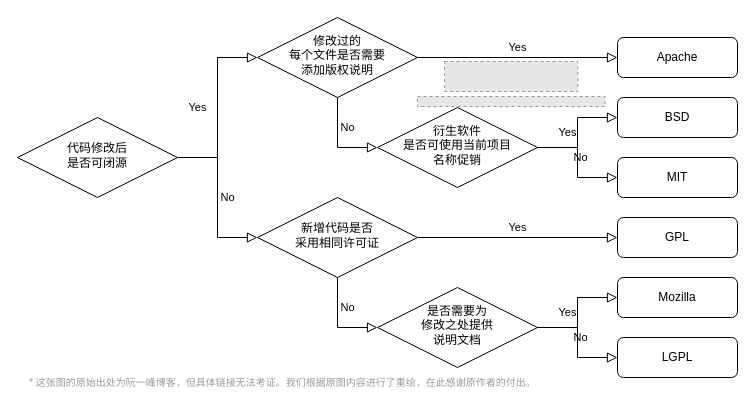
Before: docs/diagram/许可证说明.drawio in footprintcat/frost-iot, a draw.io diagram. Source tidied: cells renumbered, new cells numbered last; positions are measured from the earlier drawing's top-left corner, leaving out a move shared by most shapes. Both pictures are drawn from the tidied source at 100%, with x=0, y=0 at pixel (17, 17). Pictures stored in the file or linked from it are replaced by grey dashed boxes.
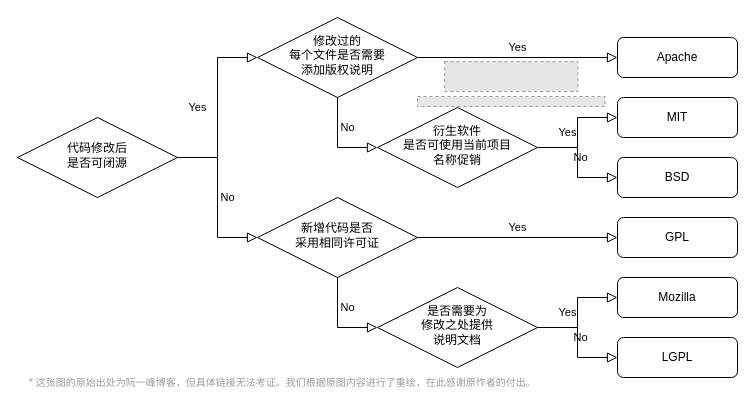
The same diagram, later.

Commit message (it also covers changes not shown here):
fix(docs): 修复 许可证说明 图中的一处错误

What changed in the source:
```diff
@@
-    <mxCell id="14" value="BSD" style="rounded=1;whiteSpace=wrap;html=1;fontSize=12;glass=0;strokeWidth=1;shadow=0;" parent="1" vertex="1">
+    <mxCell id="14" value="MIT" style="rounded=1;whiteSpace=wrap;html=1;fontSize=12;glass=0;strokeWidth=1;shadow=0;" parent="1" vertex="1">
       <mxGeometry x="600" y="80" width="120" height="40" as="geometry" />
     </mxCell>
-    <mxCell id="15" value="MIT" style="rounded=1;whiteSpace=wrap;html=1;fontSize=12;glass=0;strokeWidth=1;shadow=0;" parent="1" vertex="1">
+    <mxCell id="15" value="BSD" style="rounded=1;whiteSpace=wrap;html=1;fontSize=12;glass=0;strokeWidth=1;shadow=0;" parent="1" vertex="1">
       <mxGeometry x="600" y="140" width="120" height="40" as="geometry" />
     </mxCell>
```
